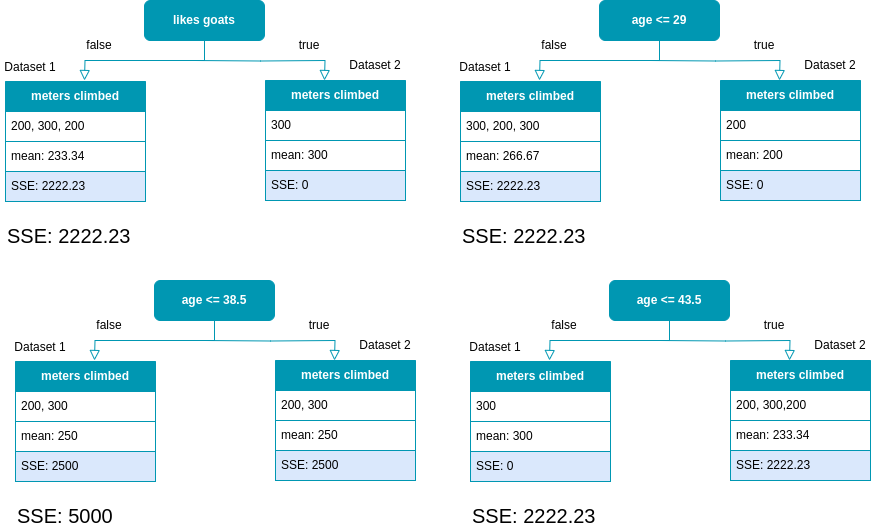
The draw.io diagram static/images/decision_tree/dt_regression_second_split_left.drawio.png in froukje/datamapu, before a commit. Source tidied: cells renumbered, new cells last; positions are measured from the earlier drawing's top-left corner, leaving out a move shared by most shapes.
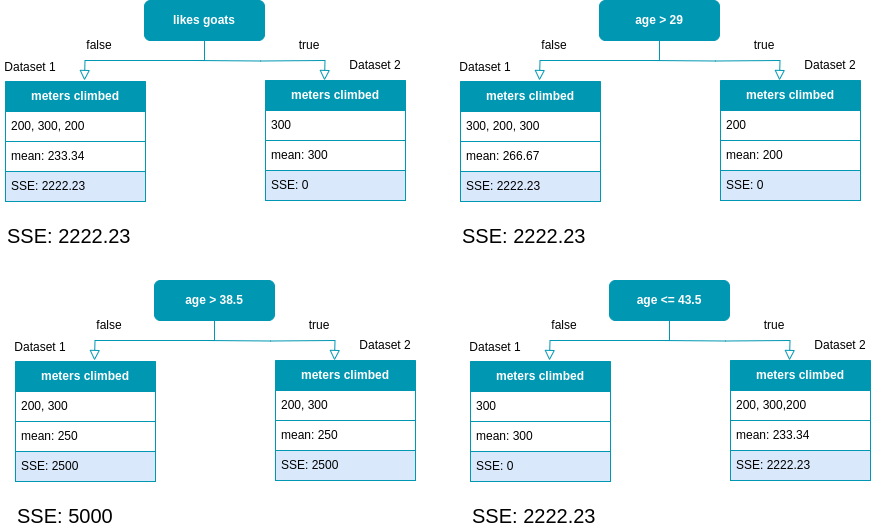
After the change.

Diff of the diagram source:
```diff
@@ -60,7 +60,7 @@
         <mxPoint x="539" y="80" as="targetPoint" />
       </mxGeometry>
     </mxCell>
-    <mxCell id="19" value="&lt;font color=&quot;#ffffff&quot;&gt;&lt;b&gt;age &amp;lt;= 29&lt;/b&gt;&lt;/font&gt;" style="rounded=1;whiteSpace=wrap;html=1;fontSize=12;glass=0;strokeWidth=1;shadow=0;fillColor=#0097B2;strokeColor=#0097B2;" parent="1" vertex="1">
+    <mxCell id="19" value="&lt;font color=&quot;#ffffff&quot;&gt;&lt;b&gt;age &amp;gt; 29&lt;/b&gt;&lt;/font&gt;" style="rounded=1;whiteSpace=wrap;html=1;fontSize=12;glass=0;strokeWidth=1;shadow=0;fillColor=#0097B2;strokeColor=#0097B2;" parent="1" vertex="1">
       <mxGeometry x="599" width="120" height="40" as="geometry" />
     </mxCell>
     <mxCell id="20" value="&lt;font color=&quot;#ffffff&quot;&gt;&lt;b&gt;meters climbed&lt;/b&gt;&lt;/font&gt;" style="swimlane;fontStyle=0;horizontal=1;startSize=30;whiteSpace=wrap;html=1;fillColor=#0097B2;strokeColor=#0097B2;" parent="1" vertex="1">
@@ -113,7 +113,7 @@
         <mxPoint x="94" y="360" as="targetPoint" />
       </mxGeometry>
     </mxCell>
-    <mxCell id="35" value="&lt;font color=&quot;#ffffff&quot;&gt;&lt;b&gt;age &amp;lt;= 38.5&lt;/b&gt;&lt;/font&gt;" style="rounded=1;whiteSpace=wrap;html=1;fontSize=12;glass=0;strokeWidth=1;shadow=0;fillColor=#0097B2;strokeColor=#0097B2;" parent="1" vertex="1">
+    <mxCell id="35" value="&lt;font color=&quot;#ffffff&quot;&gt;&lt;b&gt;age &amp;gt; 38.5&lt;/b&gt;&lt;/font&gt;" style="rounded=1;whiteSpace=wrap;html=1;fontSize=12;glass=0;strokeWidth=1;shadow=0;fillColor=#0097B2;strokeColor=#0097B2;" parent="1" vertex="1">
       <mxGeometry x="154" y="280" width="120" height="40" as="geometry" />
     </mxCell>
     <mxCell id="36" value="&lt;font color=&quot;#ffffff&quot;&gt;&lt;b&gt;meters climbed&lt;/b&gt;&lt;/font&gt;" style="swimlane;fontStyle=0;horizontal=1;startSize=30;whiteSpace=wrap;html=1;fillColor=#0097B2;strokeColor=#0097B2;" parent="1" vertex="1">
```
